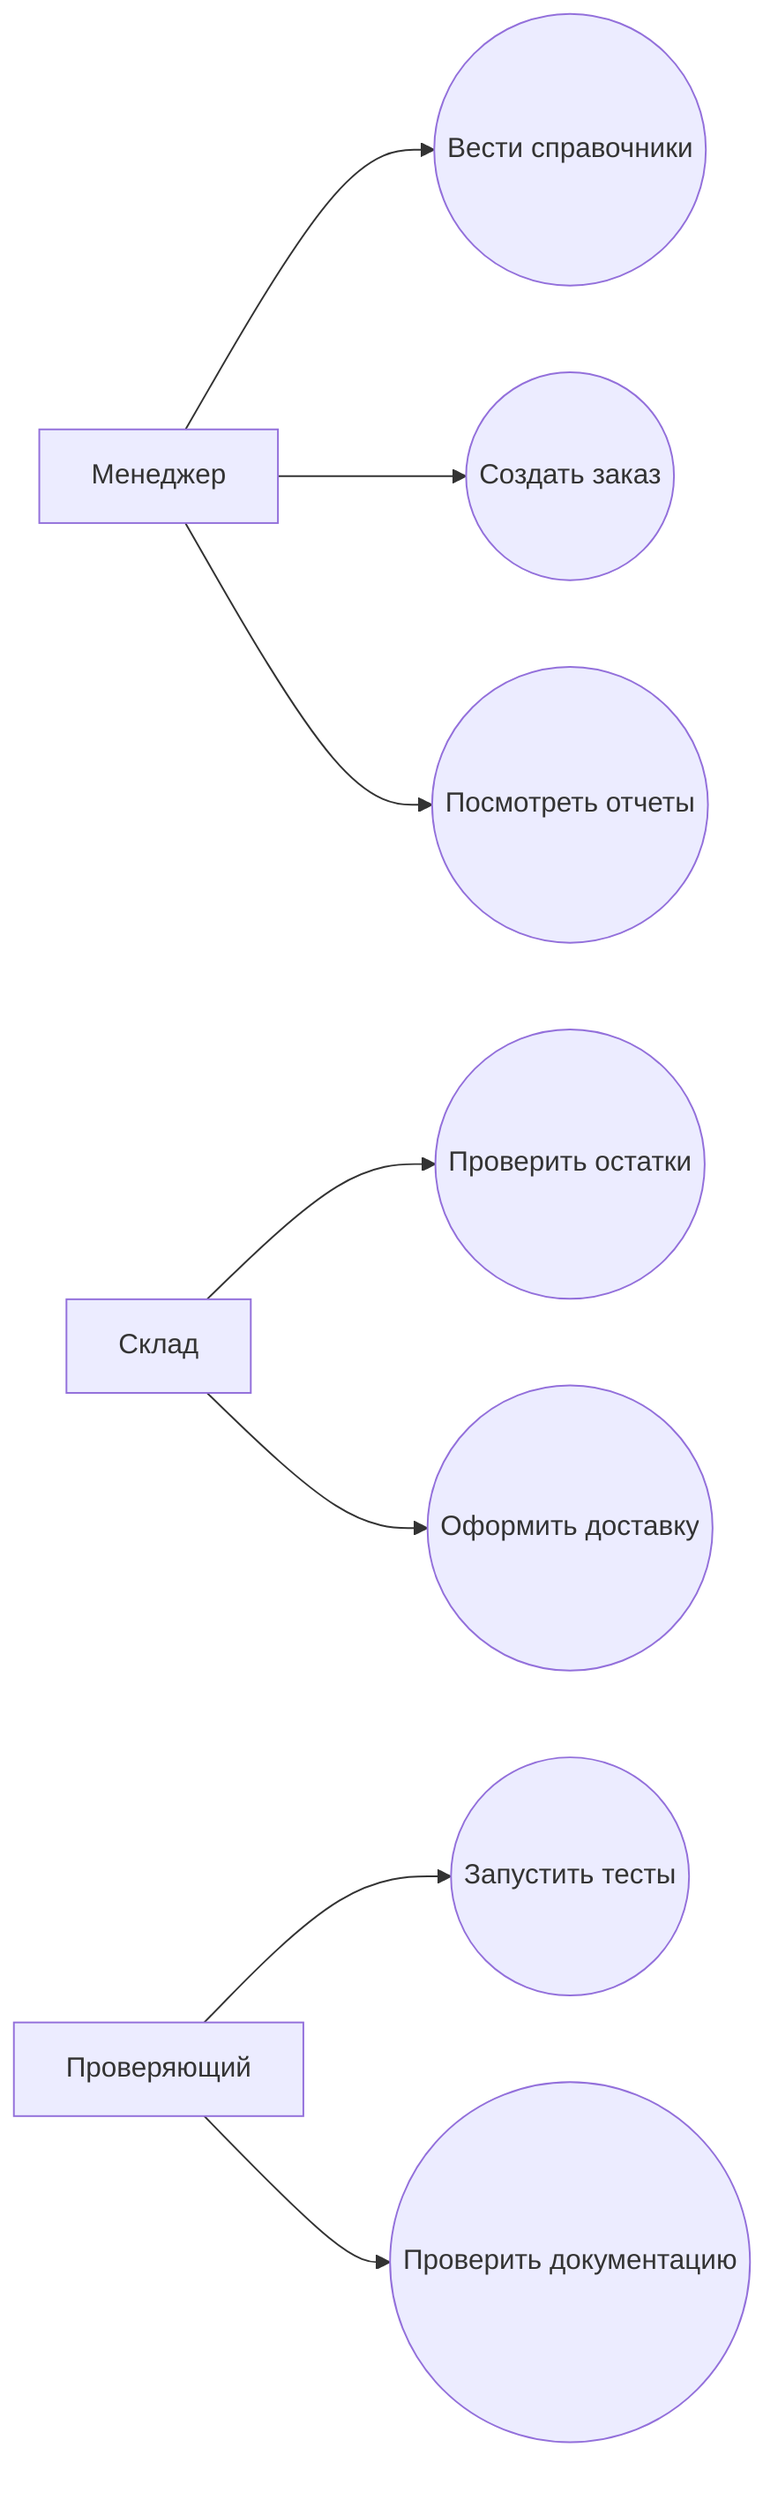
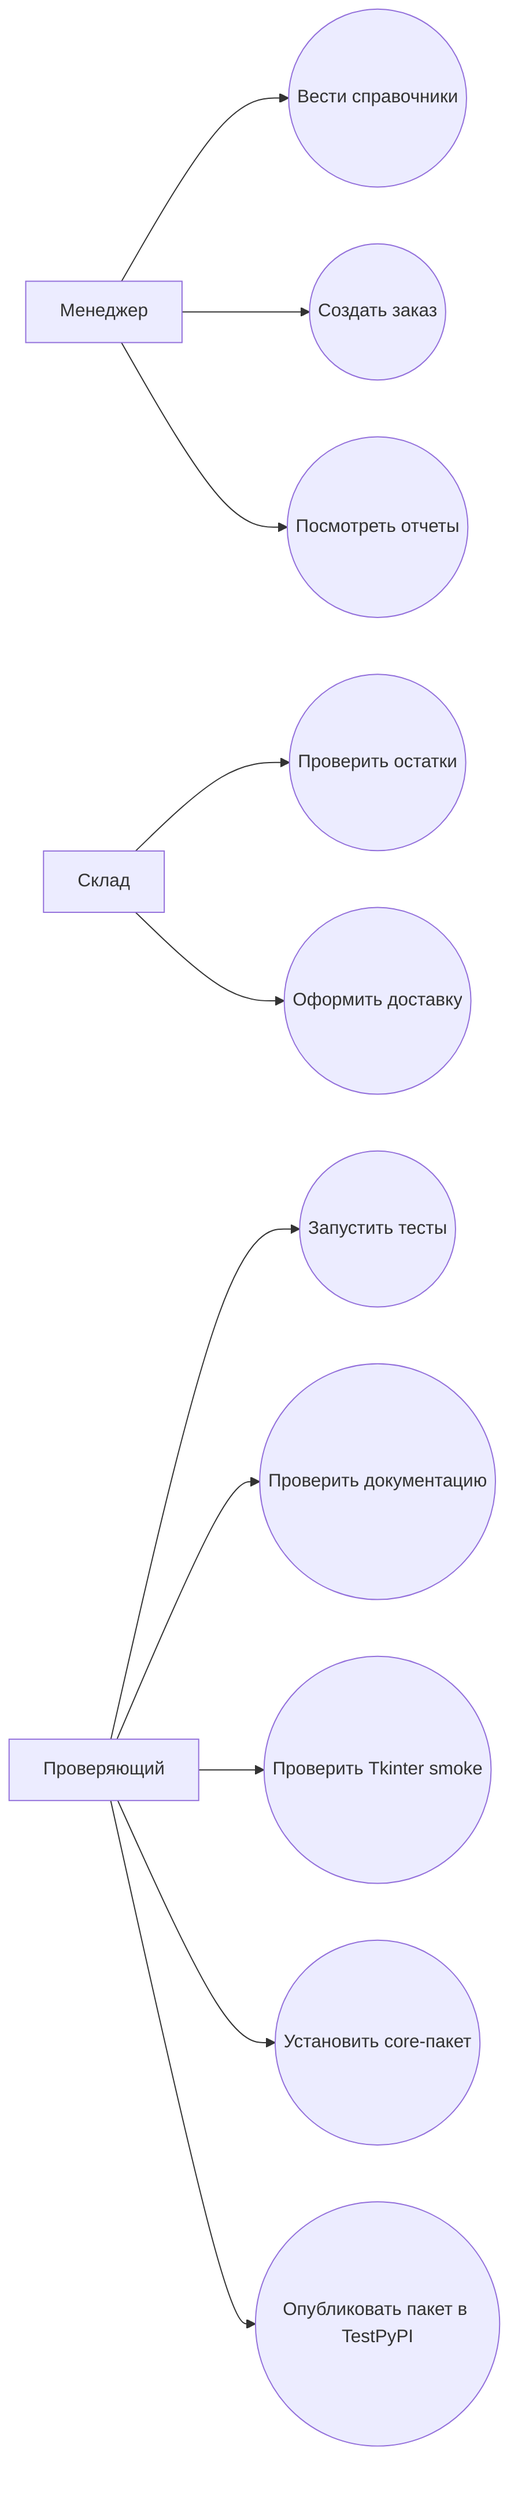
flowchart LR
    Manager[Менеджер]
    Warehouse[Склад]
    Reviewer[Проверяющий]

    UC1((Вести справочники))
    UC2((Создать заказ))
    UC3((Проверить остатки))
    UC4((Оформить доставку))
    UC5((Посмотреть отчеты))
    UC6((Запустить тесты))
    UC7((Проверить документацию))
+     UC8((Проверить Tkinter smoke))
+     UC9((Установить core-пакет))
+     UC10((Опубликовать пакет в TestPyPI))

    Manager --> UC1
    Manager --> UC2
    Manager --> UC5
    Warehouse --> UC3
    Warehouse --> UC4
    Reviewer --> UC6
    Reviewer --> UC7
+     Reviewer --> UC8
+     Reviewer --> UC9
+     Reviewer --> UC10
